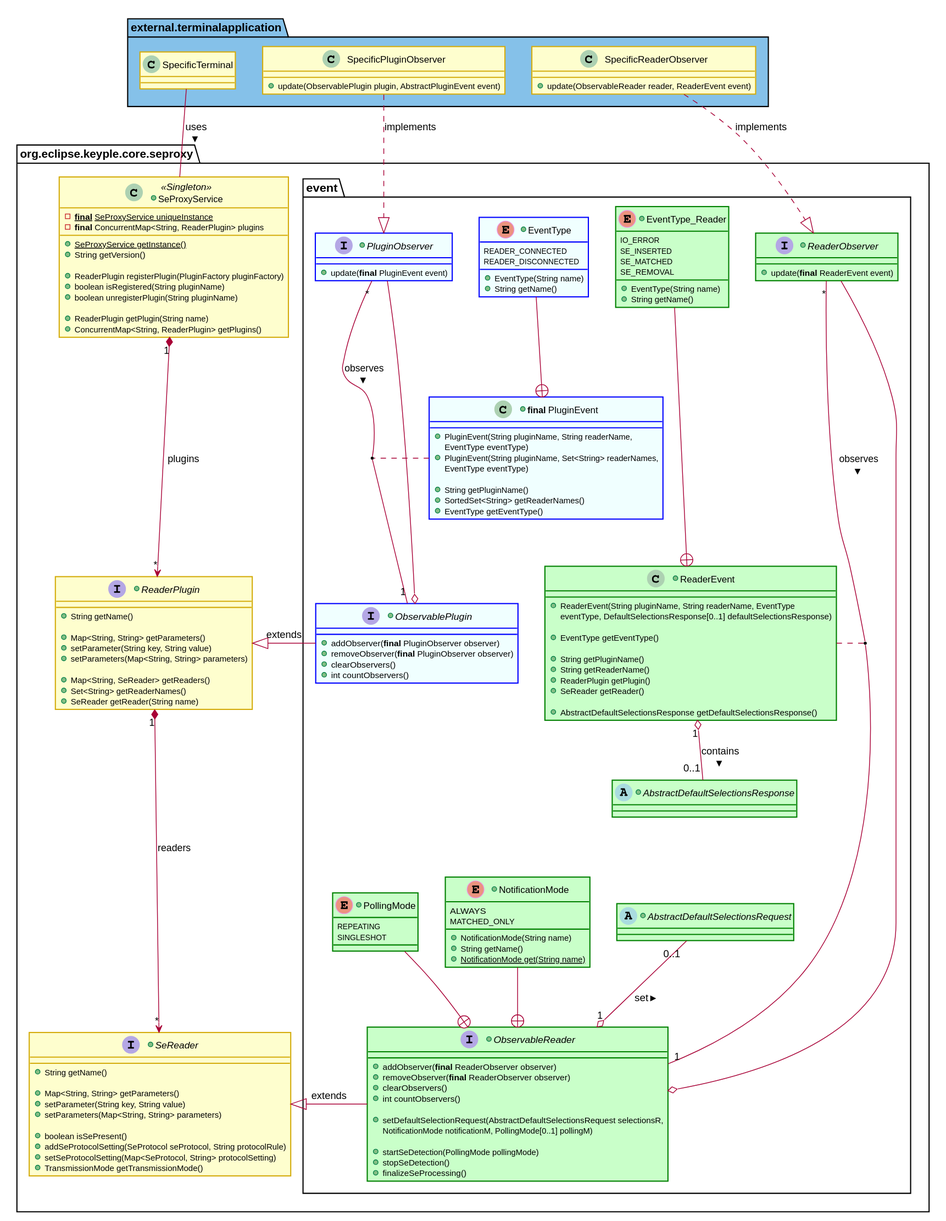
This is docs/KeypleCoreApi/Application/img/KeypleCore_SeProxy_ClassDiag_ObservablePluginAndReaderEvents_0_9_0.svg from calypsonet/keyple, a PlantUML export, as it was before one commit.
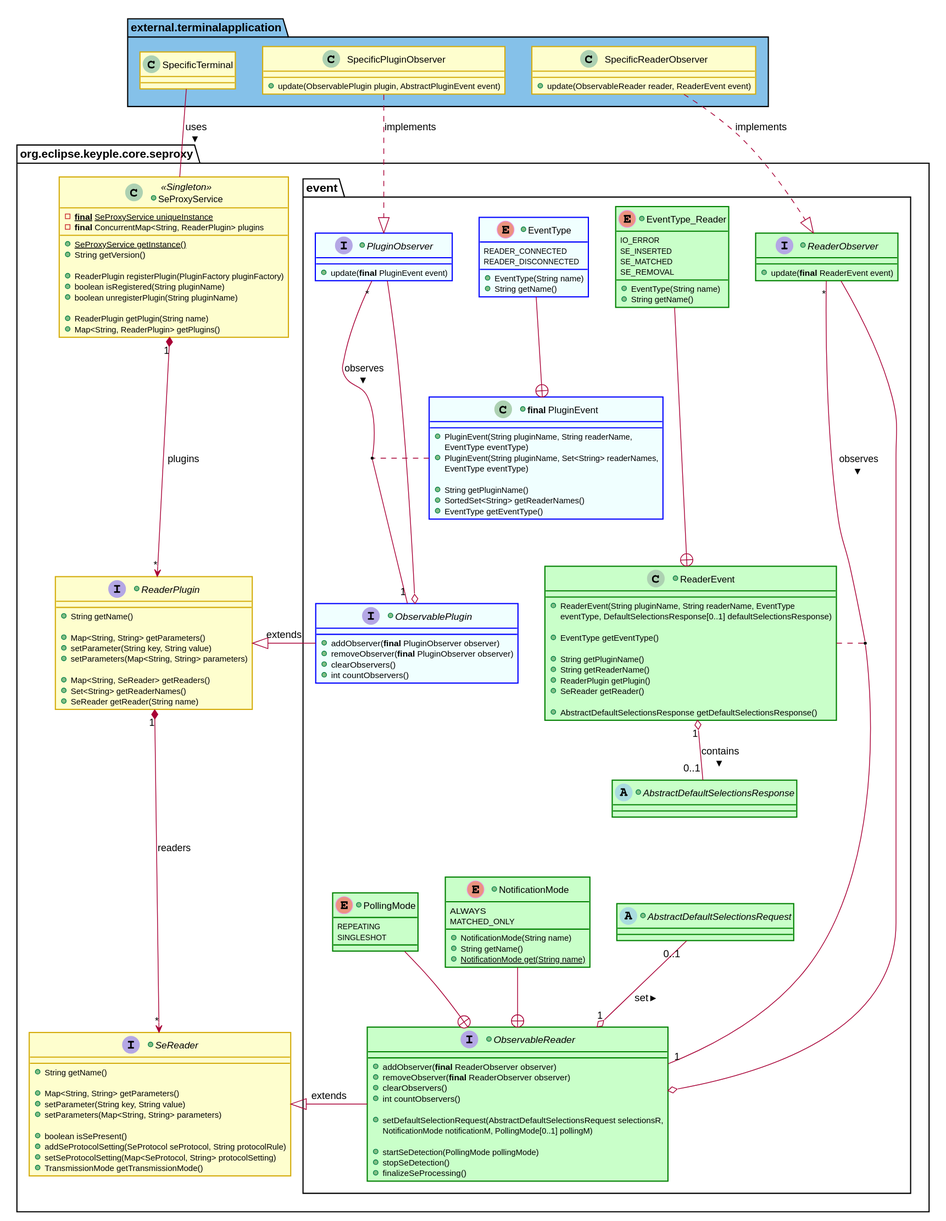
After the change.

The edit, as a diff of the source:
```diff
@@ -167,7 +167,7 @@
   +boolean unregisterPlugin(String pluginName)
 
   +ReaderPlugin getPlugin(String name)
-  +ConcurrentMap<String, ReaderPlugin> getPlugins()
+  +Map<String, ReaderPlugin> getPlugins()
 }
 +interface ReaderPlugin {
   +String getName()
```
